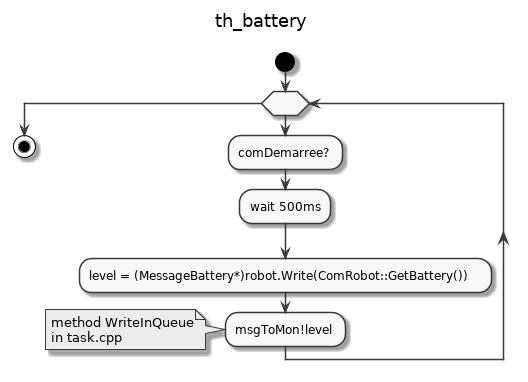
Before: diags/img/th_battery.png, a diagram exported from PlantUML (Bobillot/BE_Temps_Reel).
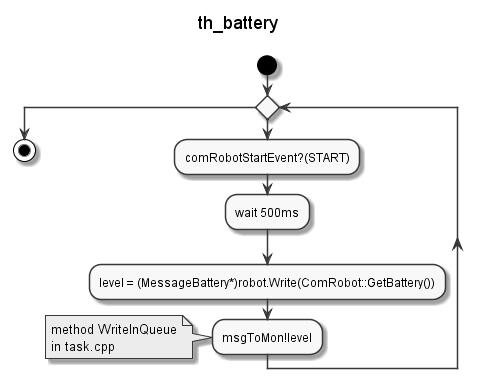
After the change.

What changed in the source:
```diff
@@ -6,7 +6,7 @@
 start
 
 while ()
-  :comDemarree?;
+  :comRobotStartEvent?(START);
   :wait 500ms;
   :level = (MessageBattery*)robot.Write(ComRobot::GetBattery());
   :msgToMon!level;
```
